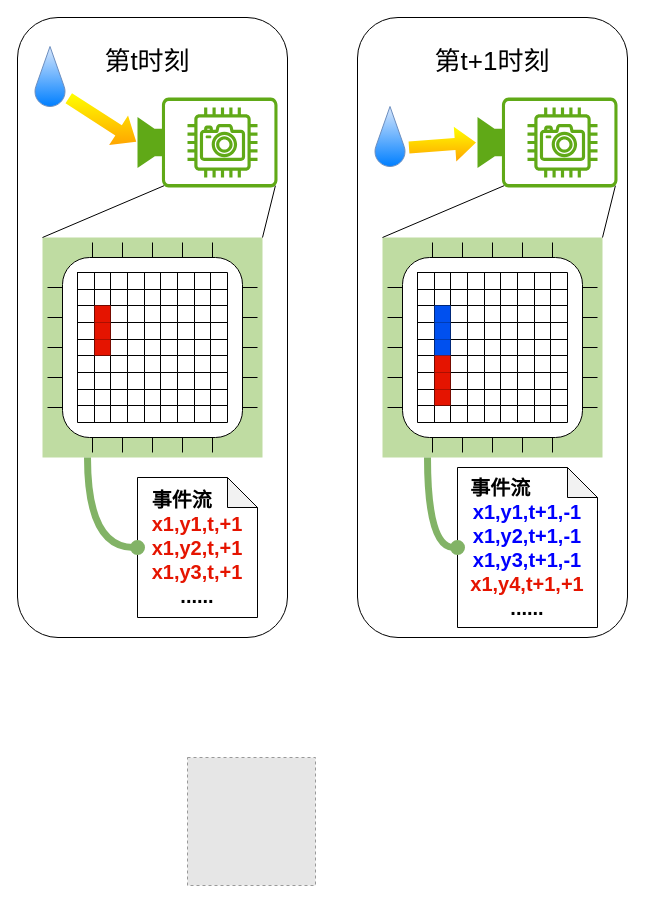
Earlier version of the draw.io diagram Untitled Diagram.drawio (sunshangquan/yolov4-pytorch). Source tidied: cells renumbered, new cells numbered last; positions are measured from the earlier drawing's top-left corner, leaving out a move shared by most shapes. Both pictures are drawn from the tidied source at 100%, with x=0, y=0 at pixel (17, 17). Pictures stored in the file or linked from it are replaced by grey dashed boxes.
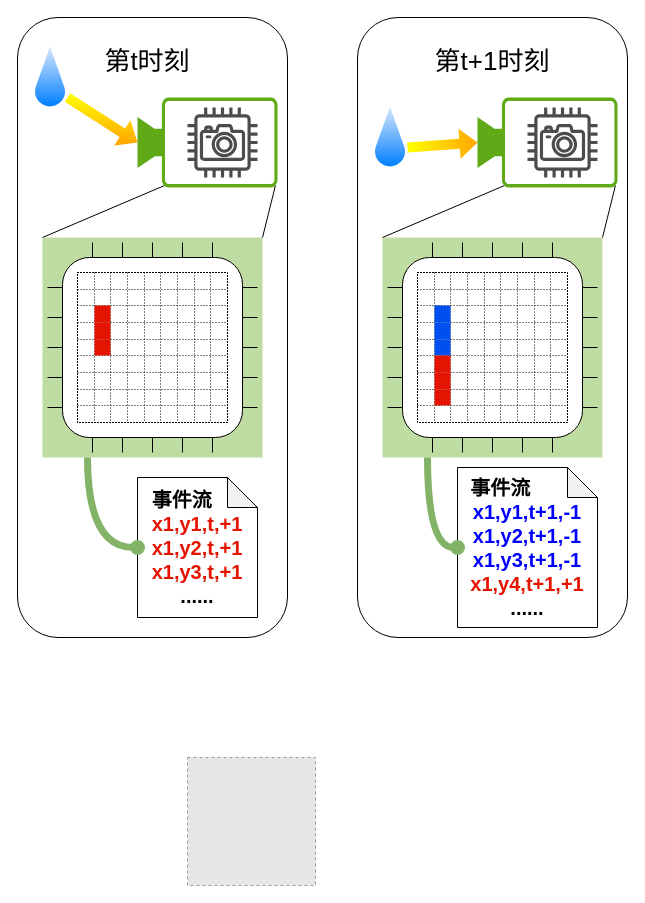
Above is the later version.

Unchanged cells that the change refers to:
```xml
<mxCell id="4" style="points=[[0,0.5,0],[0.19,0.02,0],[0.59,0,0],[0.985,0.02,0],[1,0.5,0],[0.985,0.98,0],[0.59,1,0],[0.19,0.98,0]];verticalLabelPosition=bottom;sketch=0;html=1;verticalAlign=top;align=center;shape=mxgraph.cisco19.camera;fillColor=#60a917;strokeColor=#2D7600;fontColor=#ffffff;" parent="1" vertex="1">
  <mxGeometry x="120" y="80" width="140" height="90" as="geometry" />
</mxCell>
<mxCell id="6" style="group;" parent="1" vertex="1">
  <mxGeometry x="30" y="225" width="210" height="210" as="geometry" />
</mxCell>
<mxCell id="119" style="points=[[0,0.5,0],[0.19,0.02,0],[0.59,0,0],[0.985,0.02,0],[1,0.5,0],[0.985,0.98,0],[0.59,1,0],[0.19,0.98,0]];verticalLabelPosition=bottom;sketch=0;html=1;verticalAlign=top;align=center;shape=mxgraph.cisco19.camera;fillColor=#60a917;strokeColor=#2D7600;fontColor=#ffffff;" parent="1" vertex="1">
  <mxGeometry x="460" y="80" width="140" height="90" as="geometry" />
</mxCell>
<mxCell id="121" style="group;" parent="1" vertex="1">
  <mxGeometry x="370" y="225" width="210" height="210" as="geometry" />
</mxCell>
```

The edit, as a diff of the source:
```diff
@@
-    <mxCell id="5" style="sketch=0;dashed=0;verticalLabelPosition=bottom;verticalAlign=top;align=center;html=1;fontSize=12;fontStyle=0;shape=mxgraph.aws4.camera;fillColor=#60a917;strokeColor=#2D7600;fontColor=#ffffff;" parent="1" vertex="1">
+    <mxCell id="5" style="sketch=0;dashed=0;verticalLabelPosition=bottom;verticalAlign=top;align=center;html=1;fontSize=12;fontStyle=0;shape=mxgraph.aws4.camera;fillColor=#000000;strokeColor=#2D7600;fontColor=#ffffff;opacity=70;" parent="1" vertex="1">
       <mxGeometry x="170" y="90" width="70" height="70" as="geometry" />
     </mxCell>
@@
-    <mxCell id="18" style="shape=table;startSize=0;childLayout=tableLayout;fontSize=16;" parent="6" vertex="1">
+    <mxCell id="18" style="shape=table;startSize=0;childLayout=tableLayout;fontSize=16;dashed=1;dashPattern=1 2;" parent="6" vertex="1">
       <mxGeometry x="30" y="30" width="150" height="150" as="geometry" />
     </mxCell>
@@
-    <mxCell id="109" style="endArrow=block;html=1;rounded=0;entryX=0;entryY=0.5;entryDx=0;entryDy=0;entryPerimeter=0;strokeColor=none;strokeWidth=3;fillColor=#FFFF00;gradientColor=#ffa500;shape=flexArrow;" parent="1" edge="1" target="4">
+    <mxCell id="109" style="endArrow=block;html=1;rounded=0;entryX=0;entryY=0.5;entryDx=0;entryDy=0;entryPerimeter=0;strokeColor=none;strokeWidth=0;fillColor=#FFFF00;gradientColor=#ffa500;shape=flexArrow;" parent="1" edge="1" target="4">
       <mxGeometry relative="1" as="geometry">
         <mxPoint x="50" y="80" as="sourcePoint" />
       </mxGeometry>
     </mxCell>
@@
-    <mxCell id="112" style="verticalLabelPosition=bottom;verticalAlign=top;html=1;shape=mxgraph.basic.drop;fillColor=#dae8fc;strokeColor=#6c8ebf;gradientColor=#007FFF;" parent="1" vertex="1">
+    <mxCell id="112" style="verticalLabelPosition=bottom;verticalAlign=top;html=1;shape=mxgraph.basic.drop;fillColor=#dae8fc;strokeColor=none;gradientColor=#007FFF;" parent="1" vertex="1">
       <mxGeometry x="17.5" y="29" width="30" height="60" as="geometry" />
     </mxCell>
@@
-    <mxCell id="120" style="sketch=0;dashed=0;verticalLabelPosition=bottom;verticalAlign=top;align=center;html=1;fontSize=12;fontStyle=0;shape=mxgraph.aws4.camera;fillColor=#60a917;strokeColor=#2D7600;fontColor=#ffffff;" parent="1" vertex="1">
+    <mxCell id="120" style="sketch=0;dashed=0;verticalLabelPosition=bottom;verticalAlign=top;align=center;html=1;fontSize=12;fontStyle=0;shape=mxgraph.aws4.camera;fillColor=#000000;strokeColor=#000000;fontColor=#ffffff;opacity=70;" parent="1" vertex="1">
       <mxGeometry x="510" y="90" width="70" height="70" as="geometry" />
     </mxCell>
@@
-    <mxCell id="133" style="shape=table;startSize=0;childLayout=tableLayout;fontSize=16;" parent="121" vertex="1">
+    <mxCell id="133" style="shape=table;startSize=0;childLayout=tableLayout;fontSize=16;dashed=1;dashPattern=1 2;" parent="121" vertex="1">
       <mxGeometry x="30" y="30" width="150" height="150" as="geometry" />
     </mxCell>
@@
-    <mxCell id="224" style="endArrow=block;html=1;rounded=0;entryX=0;entryY=0.5;entryDx=0;entryDy=0;entryPerimeter=0;strokeColor=none;strokeWidth=3;fillColor=#FFFF00;gradientColor=#ffa500;shape=flexArrow;" parent="1" edge="1" target="119">
+    <mxCell id="224" style="endArrow=block;html=1;rounded=0;entryX=0;entryY=0.5;entryDx=0;entryDy=0;entryPerimeter=0;strokeColor=none;strokeWidth=0;fillColor=#FFFF00;gradientColor=#ffa500;shape=flexArrow;gradientDirection=east;" parent="1" edge="1" target="119">
       <mxGeometry relative="1" as="geometry">
         <mxPoint x="390" y="130" as="sourcePoint" />
       </mxGeometry>
     </mxCell>
@@
-    <mxCell id="227" style="verticalLabelPosition=bottom;verticalAlign=top;html=1;shape=mxgraph.basic.drop;fillColor=#dae8fc;strokeColor=#6c8ebf;gradientColor=#007FFF;" parent="1" vertex="1">
+    <mxCell id="227" style="verticalLabelPosition=bottom;verticalAlign=top;html=1;shape=mxgraph.basic.drop;fillColor=#dae8fc;strokeColor=none;gradientColor=#007FFF;" parent="1" vertex="1">
       <mxGeometry x="357.5" y="89" width="30" height="60" as="geometry" />
     </mxCell>
```
